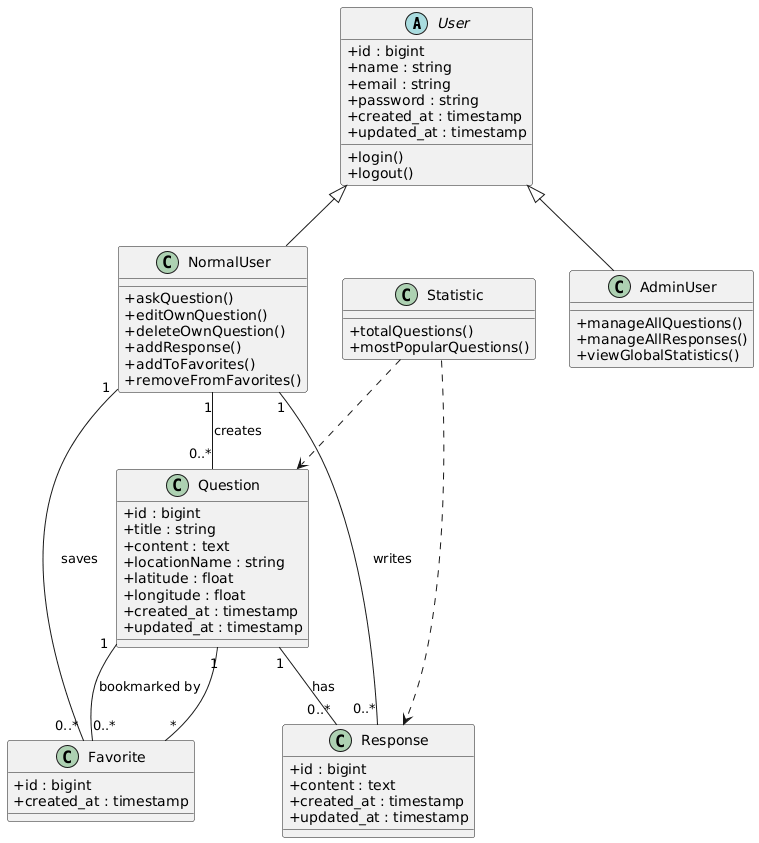
elgmouriabderrahim/local-mind keeps this PlantUML diagram as diagrams/class.png. Above is the earlier version.
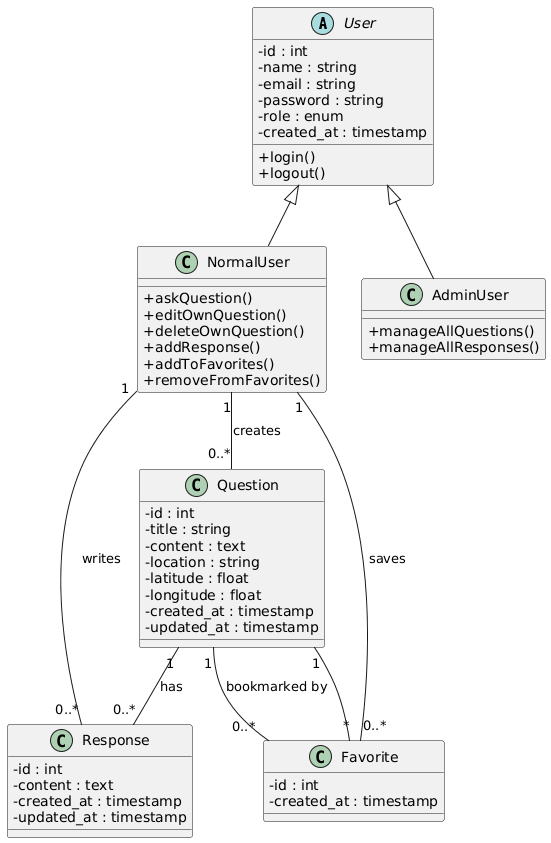
Above is the later version.

Diff of the diagram source:
```diff
@@ -2,12 +2,12 @@
 skinparam classAttributeIconSize 0
 
 abstract class User {
-  +id : bigint
-  +name : string
-  +email : string
-  +password : string
-  +created_at : timestamp
-  +updated_at : timestamp
+  -id : int
+  -name : string
+  -email : string
+  -password : string
+  -role : enum
+  -created_at : timestamp
 
   +login()
   +logout()
@@ -25,36 +25,31 @@
 class AdminUser {
   +manageAllQuestions()
   +manageAllResponses()
-  +viewGlobalStatistics()
 }
 
 class Question {
-  +id : bigint
-  +title : string
-  +content : text
-  +locationName : string
-  +latitude : float
-  +longitude : float
-  +created_at : timestamp
-  +updated_at : timestamp
+  -id : int
+  -title : string
+  -content : text
+  -location : string
+  -latitude : float
+  -longitude : float
+  -created_at : timestamp
+  -updated_at : timestamp
 }
 
 class Response {
-  +id : bigint
-  +content : text
-  +created_at : timestamp
-  +updated_at : timestamp
+  -id : int
+  -content : text
+  -created_at : timestamp
+  -updated_at : timestamp
 }
 
 class Favorite {
-  +id : bigint
-  +created_at : timestamp
+  -id : int
+  -created_at : timestamp
 }
 
-class Statistic {
-  +totalQuestions()
-  +mostPopularQuestions()
-}
 
 User <|-- NormalUser
 User <|-- AdminUser
@@ -67,7 +62,4 @@
 Question "1" -- "0..*" Favorite : bookmarked by
 
 Favorite "*" -- "1" Question
-
-Statistic ..> Question
-Statistic ..> Response
 @enduml
```
